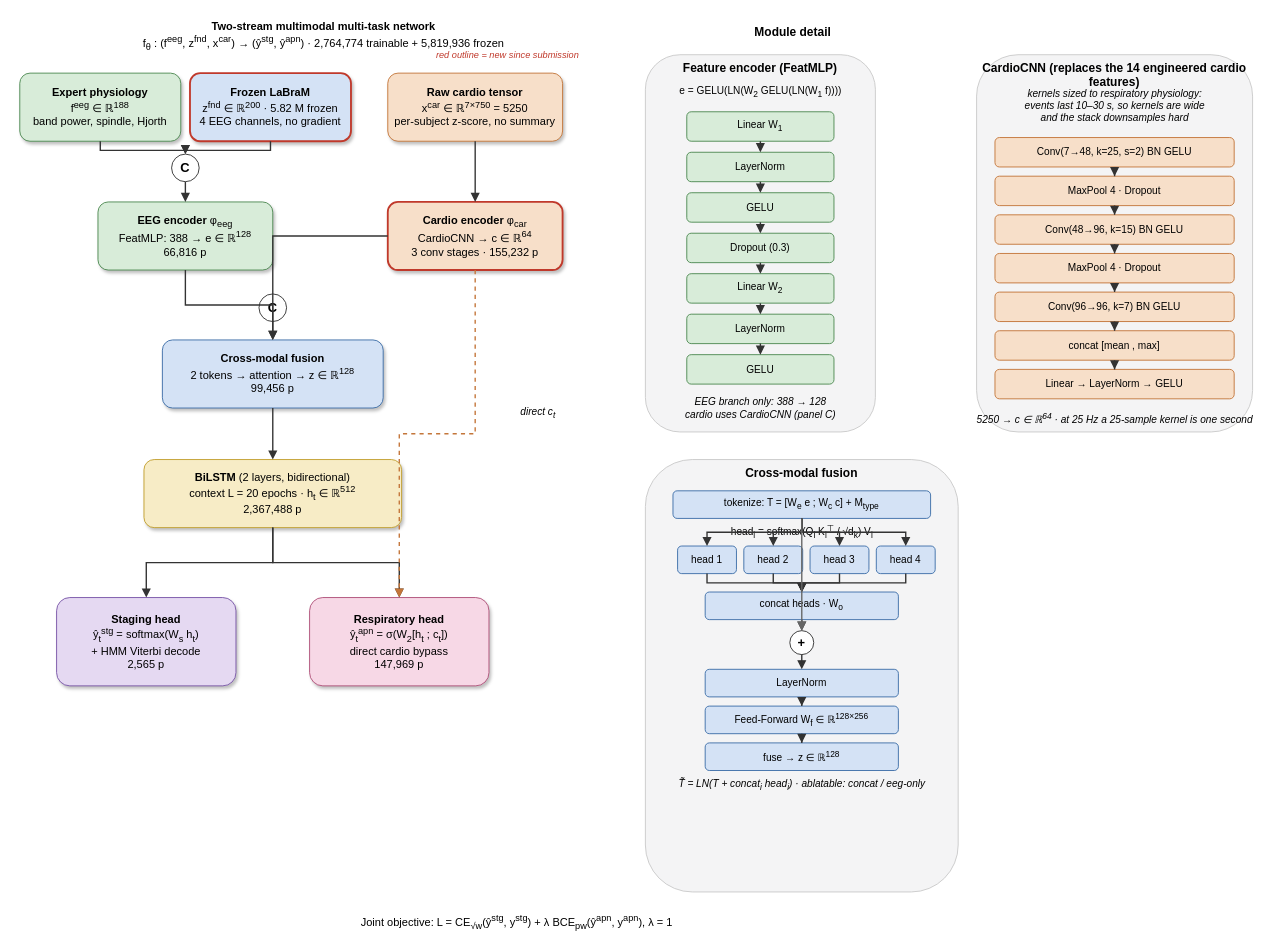
Before: MMNet_research/figures/mm_architecture.drawio in wshuv-o/isleeps-sleep-staging, a draw.io diagram. Source tidied: cells renumbered, new cells numbered last; positions are measured from the earlier drawing's top-left corner, leaving out a move shared by most shapes. Both pictures are drawn from the tidied source at 92%, with x=0, y=0 at pixel (19, 16). Pictures stored in the file or linked from it are replaced by grey dashed boxes.
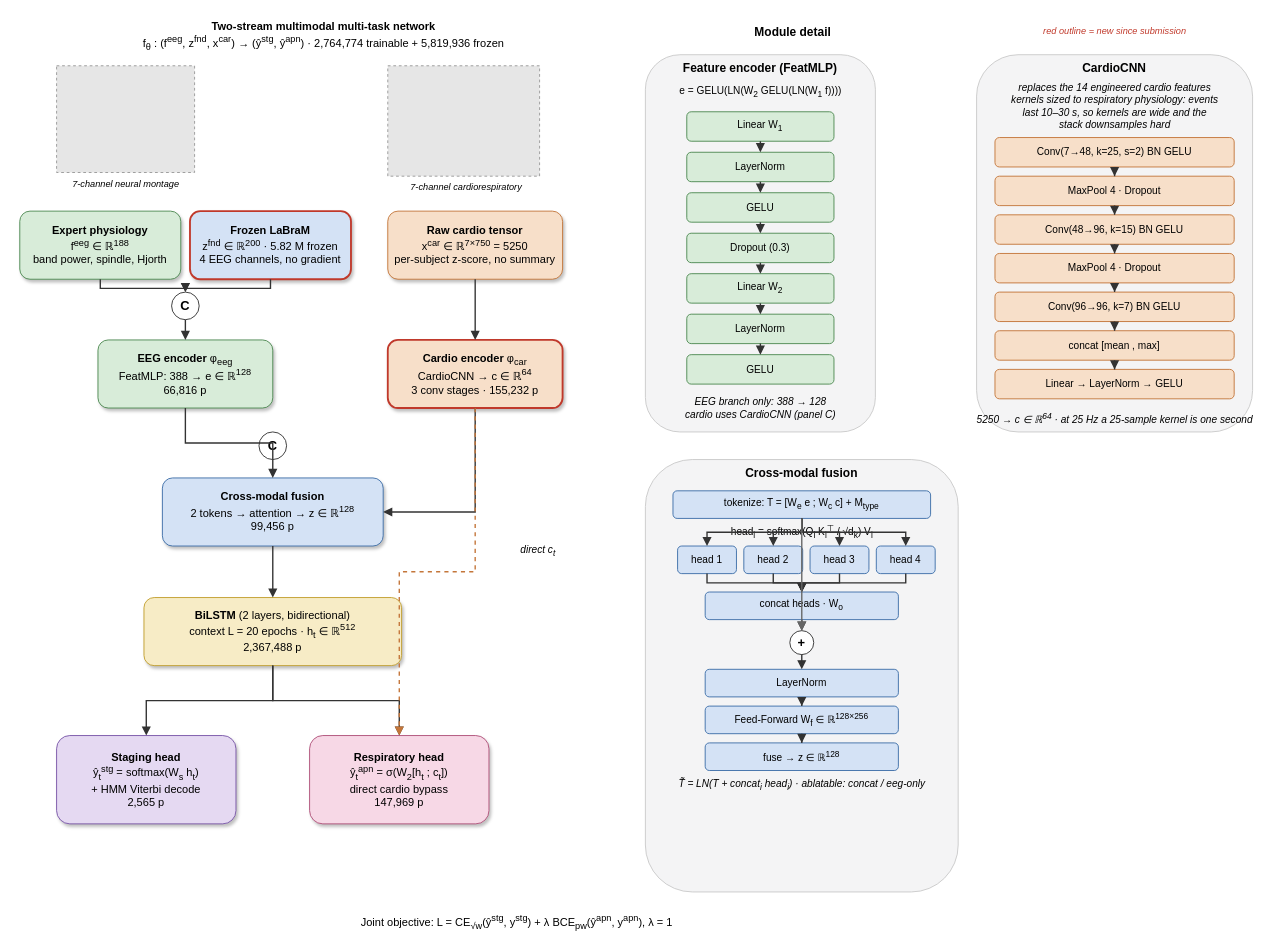
The same diagram, later.

The edit, as a diff of the source:
```diff
@@
     <mxCell id="3" value="&lt;i&gt;&lt;font color=&quot;#C0392B&quot;&gt;red outline = new since submission&lt;/font&gt;&lt;/i&gt;" style="text;html=1;align=center;verticalAlign=middle;fontSize=10;" parent="1" vertex="1">
-      <mxGeometry x="400" y="32" width="260" height="20" as="geometry" />
+      <mxGeometry x="1040" y="6" width="300" height="20" as="geometry" />
     </mxCell>
+    <mxCell id="86" style="fillColor=#E6E6E6;strokeColor=#999999;dashed=1;verticalLabelPosition=bottom;labelBackgroundColor=none;" parent="1" vertex="1">
+      <mxGeometry x="40" y="54" width="150" height="116" as="geometry" />
+    </mxCell>
+    <mxCell id="87" style="fillColor=#E6E6E6;strokeColor=#999999;dashed=1;verticalLabelPosition=bottom;labelBackgroundColor=none;" parent="1" vertex="1">
+      <mxGeometry x="400" y="54" width="165" height="120" as="geometry" />
+    </mxCell>
+    <mxCell id="88" value="&lt;i&gt;7-channel neural montage&lt;/i&gt;" style="text;html=1;align=center;verticalAlign=middle;fontSize=10;" parent="1" vertex="1">
+      <mxGeometry x="25" y="174" width="180" height="16" as="geometry" />
+    </mxCell>
+    <mxCell id="89" value="&lt;i&gt;7-channel cardiorespiratory&lt;/i&gt;" style="text;html=1;align=center;verticalAlign=middle;fontSize=10;" parent="1" vertex="1">
+      <mxGeometry x="395" y="178" width="180" height="16" as="geometry" />
+    </mxCell>
     <mxCell id="4" value="&lt;b&gt;Expert physiology&lt;/b&gt;&lt;br&gt;f&lt;sup&gt;eeg&lt;/sup&gt; ∈ ℝ&lt;sup&gt;188&lt;/sup&gt;&lt;br&gt;band power, spindle, Hjorth" style="rounded=1;whiteSpace=wrap;html=1;fillColor=#D8ECD9;strokeColor=#4E8A52;fontSize=12;spacing=4;shadow=1;" parent="1" vertex="1">
-      <mxGeometry y="62" width="175" height="74" as="geometry" />
+      <mxGeometry y="212" width="175" height="74" as="geometry" />
     </mxCell>
     <mxCell id="5" value="&lt;b&gt;Frozen LaBraM&lt;/b&gt;&lt;br&gt;z&lt;sup&gt;fnd&lt;/sup&gt; ∈ ℝ&lt;sup&gt;200&lt;/sup&gt; · 5.82 M frozen&lt;br&gt;4 EEG channels, no gradient" style="rounded=1;whiteSpace=wrap;html=1;fillColor=#D4E2F5;strokeColor=#C0392B;fontSize=12;spacing=4;shadow=1;strokeWidth=2;" parent="1" vertex="1">
-      <mxGeometry x="185" y="62" width="175" height="74" as="geometry" />
+      <mxGeometry x="185" y="212" width="175" height="74" as="geometry" />
     </mxCell>
     <mxCell id="6" value="&lt;b&gt;Raw cardio tensor&lt;/b&gt;&lt;br&gt;x&lt;sup&gt;car&lt;/sup&gt; ∈ ℝ&lt;sup&gt;7×750&lt;/sup&gt; = 5250&lt;br&gt;per-subject z-score, no summary" style="rounded=1;whiteSpace=wrap;html=1;fillColor=#F7DFC9;strokeColor=#C4763A;fontSize=12;spacing=4;shadow=1;" parent="1" vertex="1">
-      <mxGeometry x="400" y="62" width="190" height="74" as="geometry" />
+      <mxGeometry x="400" y="212" width="190" height="74" as="geometry" />
     </mxCell>
     <mxCell id="7" value="C" style="ellipse;whiteSpace=wrap;html=1;fillColor=#FFFFFF;strokeColor=#333333;fontSize=14;fontStyle=1;" parent="1" vertex="1">
-      <mxGeometry x="165" y="150" width="30" height="30" as="geometry" />
+      <mxGeometry x="165" y="300" width="30" height="30" as="geometry" />
     </mxCell>
     <mxCell id="8" value="&lt;b&gt;EEG encoder&lt;/b&gt;  φ&lt;sub&gt;eeg&lt;/sub&gt;&lt;br&gt;FeatMLP: 388 → e ∈ ℝ&lt;sup&gt;128&lt;/sup&gt;&lt;br&gt;66,816 p" style="rounded=1;whiteSpace=wrap;html=1;fillColor=#D8ECD9;strokeColor=#4E8A52;fontSize=12;spacing=4;shadow=1;" parent="1" vertex="1">
-      <mxGeometry x="85" y="202" width="190" height="74" as="geometry" />
+      <mxGeometry x="85" y="352" width="190" height="74" as="geometry" />
     </mxCell>
     <mxCell id="9" value="&lt;b&gt;Cardio encoder&lt;/b&gt;  φ&lt;sub&gt;car&lt;/sub&gt;&lt;br&gt;CardioCNN → c ∈ ℝ&lt;sup&gt;64&lt;/sup&gt;&lt;br&gt;3 conv stages · 155,232 p" style="rounded=1;whiteSpace=wrap;html=1;fillColor=#F7DFC9;strokeColor=#C0392B;fontSize=12;spacing=4;shadow=1;strokeWidth=2;" parent="1" vertex="1">
-      <mxGeometry x="400" y="202" width="190" height="74" as="geometry" />
+      <mxGeometry x="400" y="352" width="190" height="74" as="geometry" />
     </mxCell>
     <mxCell id="10" value="C" style="ellipse;whiteSpace=wrap;html=1;fillColor=#FFFFFF;strokeColor=#333333;fontSize=14;fontStyle=1;" parent="1" vertex="1">
-      <mxGeometry x="260" y="302" width="30" height="30" as="geometry" />
+      <mxGeometry x="260" y="452" width="30" height="30" as="geometry" />
     </mxCell>
     <mxCell id="11" value="&lt;b&gt;Cross-modal fusion&lt;/b&gt;&lt;br&gt;2 tokens → attention → z ∈ ℝ&lt;sup&gt;128&lt;/sup&gt;&lt;br&gt;99,456 p" style="rounded=1;whiteSpace=wrap;html=1;fillColor=#D4E2F5;strokeColor=#3E6FA8;fontSize=12;spacing=4;shadow=1;" parent="1" vertex="1">
-      <mxGeometry x="155" y="352" width="240" height="74" as="geometry" />
+      <mxGeometry x="155" y="502" width="240" height="74" as="geometry" />
     </mxCell>
     <mxCell id="12" value="&lt;b&gt;BiLSTM&lt;/b&gt;  (2 layers, bidirectional)&lt;br&gt;context L = 20 epochs · h&lt;sub&gt;t&lt;/sub&gt; ∈ ℝ&lt;sup&gt;512&lt;/sup&gt;&lt;br&gt;2,367,488 p" style="rounded=1;whiteSpace=wrap;html=1;fillColor=#F7ECC6;strokeColor=#C2A02F;fontSize=12;spacing=4;shadow=1;" parent="1" vertex="1">
-      <mxGeometry x="135" y="482" width="280" height="74" as="geometry" />
+      <mxGeometry x="135" y="632" width="280" height="74" as="geometry" />
     </mxCell>
     <mxCell id="13" value="&lt;b&gt;Staging head&lt;/b&gt;&lt;br&gt;ŷ&lt;sub&gt;t&lt;/sub&gt;&lt;sup&gt;stg&lt;/sup&gt; = softmax(W&lt;sub&gt;s&lt;/sub&gt; h&lt;sub&gt;t&lt;/sub&gt;)&lt;br&gt;+ HMM Viterbi decode&lt;br&gt;2,565 p" style="rounded=1;whiteSpace=wrap;html=1;fillColor=#E5D9F2;strokeColor=#7A57A8;fontSize=12;spacing=4;shadow=1;" parent="1" vertex="1">
-      <mxGeometry x="40" y="632" width="195" height="96" as="geometry" />
+      <mxGeometry x="40" y="782" width="195" height="96" as="geometry" />
     </mxCell>
     <mxCell id="14" value="&lt;b&gt;Respiratory head&lt;/b&gt;&lt;br&gt;ŷ&lt;sub&gt;t&lt;/sub&gt;&lt;sup&gt;apn&lt;/sup&gt; = σ(W&lt;sub&gt;2&lt;/sub&gt;[h&lt;sub&gt;t&lt;/sub&gt; ; c&lt;sub&gt;t&lt;/sub&gt;])&lt;br&gt;direct cardio bypass&lt;br&gt;147,969 p" style="rounded=1;whiteSpace=wrap;html=1;fillColor=#F7D8E6;strokeColor=#B0517A;fontSize=12;spacing=4;shadow=1;" parent="1" vertex="1">
-      <mxGeometry x="315" y="632" width="195" height="96" as="geometry" />
+      <mxGeometry x="315" y="782" width="195" height="96" as="geometry" />
     </mxCell>
@@
-    <mxCell id="20" style="edgeStyle=orthogonalEdgeStyle;rounded=0;html=1;endArrow=block;strokeColor=#333333;strokeWidth=1.5;" parent="1" edge="1" source="9" target="11">
+    <mxCell id="20" style="edgeStyle=orthogonalEdgeStyle;rounded=0;html=1;endArrow=block;strokeColor=#333333;strokeWidth=1.5;exitX=0.5;exitY=1;exitDx=0;exitDy=0;entryX=1;entryY=0.5;entryDx=0;entryDy=0;" parent="1" edge="1" source="9" target="11">
       <mxGeometry relative="1" as="geometry" />
     </mxCell>
@@
     <mxCell id="25" value="&lt;i&gt;direct c&lt;sub&gt;t&lt;/sub&gt;&lt;/i&gt;" style="text;html=1;align=center;verticalAlign=middle;fontSize=11;" parent="1" vertex="1">
-      <mxGeometry x="528" y="422" width="70" height="20" as="geometry" />
+      <mxGeometry x="528" y="572" width="70" height="20" as="geometry" />
     </mxCell>
@@
-    <mxCell id="69" value="CardioCNN  (replaces the 14 engineered cardio features)" style="rounded=1;whiteSpace=wrap;html=1;fillColor=#F4F4F5;strokeColor=#CACACA;verticalAlign=top;fontStyle=1;fontSize=13;" parent="1" vertex="1">
+    <mxCell id="69" value="CardioCNN" style="rounded=1;whiteSpace=wrap;html=1;fillColor=#F4F4F5;strokeColor=#CACACA;verticalAlign=top;fontStyle=1;fontSize=13;" parent="1" vertex="1">
       <mxGeometry x="1040" y="42" width="300" height="410" as="geometry" />
     </mxCell>
-    <mxCell id="70" value="&lt;i&gt;kernels sized to respiratory physiology:&lt;br&gt;events last 10–30 s, so kernels are wide&lt;br&gt;and the stack downsamples hard&lt;/i&gt;" style="text;html=1;align=center;verticalAlign=middle;fontSize=11;" parent="1" vertex="1">
-      <mxGeometry x="1050" y="74" width="280" height="46" as="geometry" />
+    <mxCell id="70" value="&lt;i&gt;replaces the 14 engineered cardio features&lt;br&gt;kernels sized to respiratory physiology: events&lt;br&gt;last 10–30 s, so kernels are wide and the&lt;br&gt;stack downsamples hard&lt;/i&gt;" style="text;html=1;align=center;verticalAlign=middle;fontSize=11;" parent="1" vertex="1">
+      <mxGeometry x="1050" y="70" width="280" height="56" as="geometry" />
     </mxCell>
```
